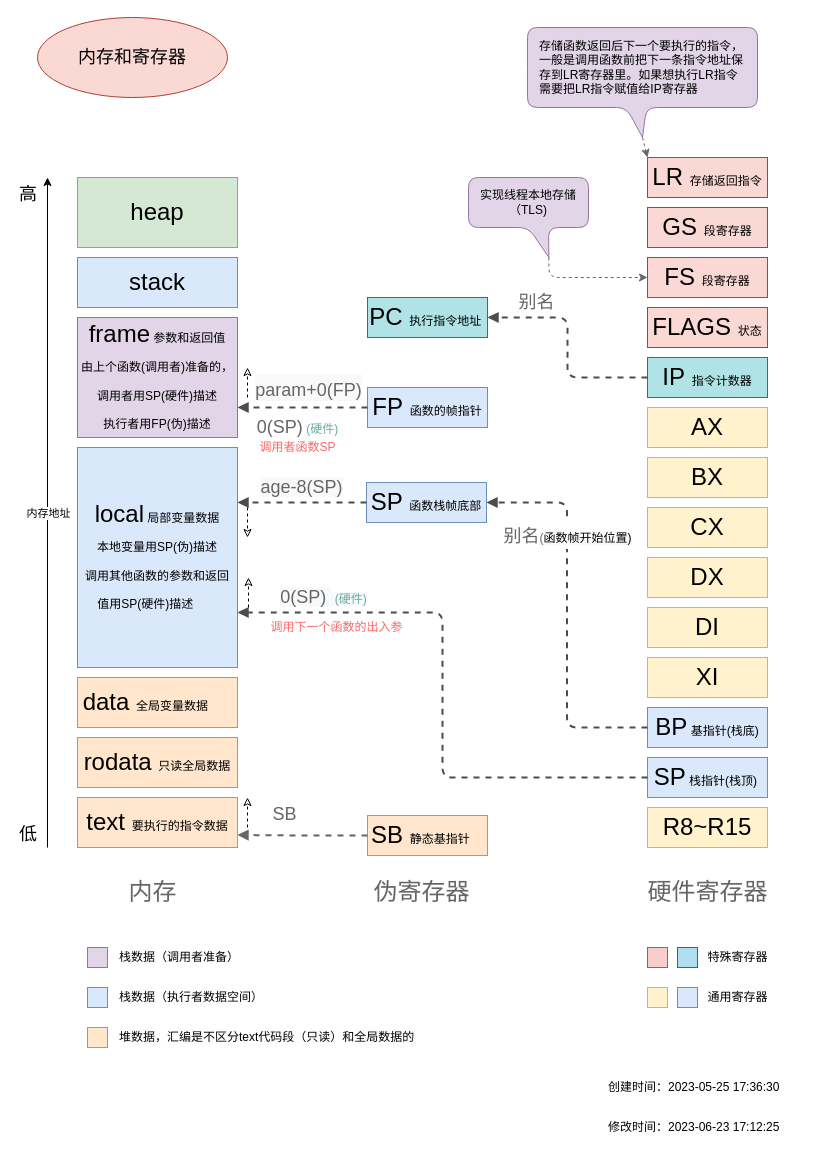
The draw.io diagram 运行原理图解源文件/Golang内存和寄存器.drawio in fire1220/annotation-go1.16.14, before the edit. Source tidied: cells renumbered, new cells numbered last; positions are measured from the earlier drawing's top-left corner, leaving out a move shared by most shapes. Both pictures are drawn from the tidied source at 100%, with x=0, y=0 at pixel (37, 17).
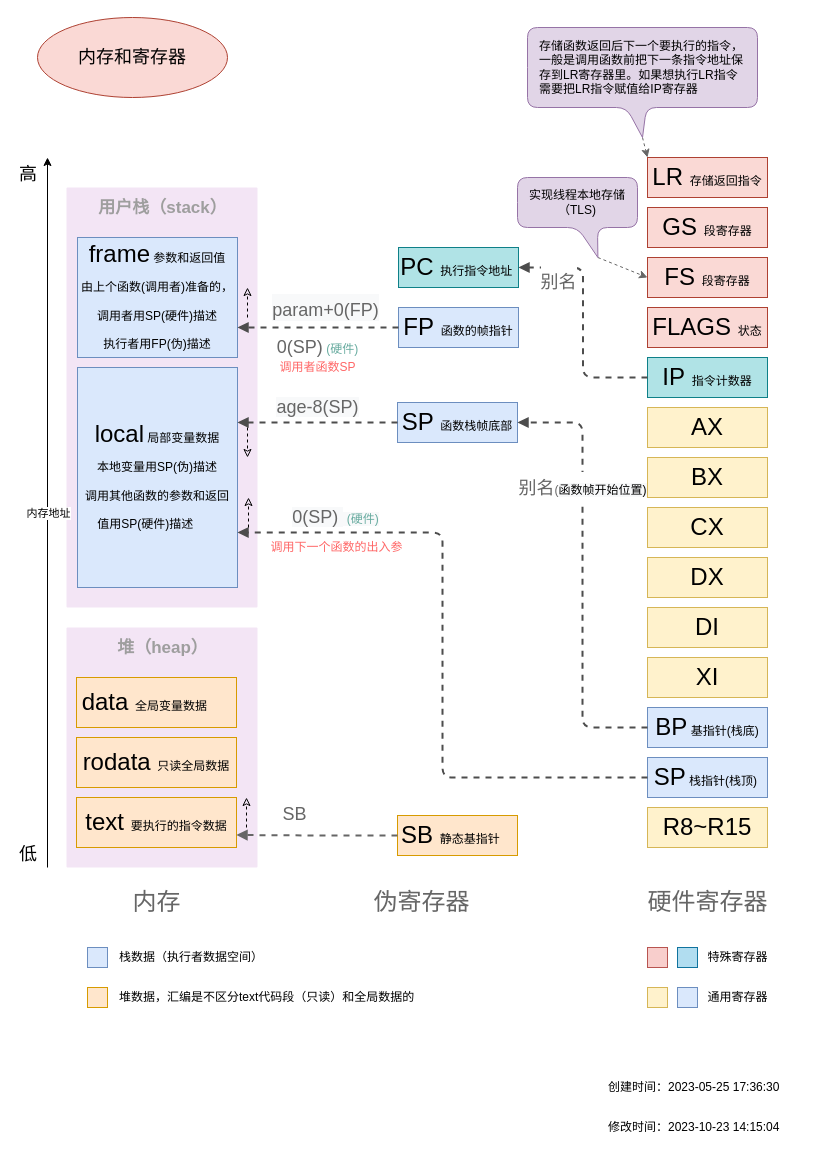
After the change.

Commit message (it also covers changes not shown here):
内存和寄存器图

The change refers to these unchanged cells:
```xml
<mxCell id="5" value="IP&amp;nbsp;&lt;font style=&quot;font-size: 12px&quot;&gt;指令计数器&lt;/font&gt;" style="whiteSpace=wrap;html=1;fontSize=24;fillColor=#b0e3e6;strokeColor=#0e8088;" parent="1" vertex="1">
  <mxGeometry x="610" y="340" width="120" height="40" as="geometry" />
</mxCell>
<mxCell id="55" value="FS&amp;nbsp;&lt;font style=&quot;font-size: 12px&quot;&gt;段寄存器&lt;/font&gt;" style="whiteSpace=wrap;html=1;fontSize=24;fillColor=#fad9d5;strokeColor=#ae4132;" parent="1" vertex="1">
  <mxGeometry x="610" y="240" width="120" height="40" as="geometry" />
</mxCell>
```

What changed in the source:
```diff
@@
+    <mxCell id="66" value="堆（heap）" style="rounded=1;absoluteArcSize=1;arcSize=2;html=1;strokeColor=none;gradientColor=none;shadow=0;dashed=0;fontSize=17;fontColor=#9E9E9E;align=center;verticalAlign=top;spacing=10;spacingTop=-4;fillColor=#F3E5F5;fontStyle=1;" parent="1" vertex="1">
+      <mxGeometry x="29" y="610" width="191" height="240" as="geometry" />
+    </mxCell>
+    <mxCell id="67" value="&lt;font style=&quot;font-size: 17px&quot;&gt;&lt;b&gt;用户栈（stack）&lt;/b&gt;&lt;/font&gt;" style="rounded=1;absoluteArcSize=1;arcSize=2;html=1;strokeColor=none;gradientColor=none;shadow=0;dashed=0;fontSize=12;fontColor=#9E9E9E;align=center;verticalAlign=top;spacing=10;spacingTop=-4;fillColor=#F3E5F5;" parent="1" vertex="1">
+      <mxGeometry x="29" y="170" width="191" height="420" as="geometry" />
+    </mxCell>
     <mxCell id="2" value="内存" style="text;html=1;align=center;verticalAlign=middle;strokeColor=none;fontColor=#666;fontSize=24;" parent="1" vertex="1">
-      <mxGeometry x="85" y="860" width="60" height="30" as="geometry" />
+      <mxGeometry x="89" y="870" width="60" height="30" as="geometry" />
     </mxCell>
@@
-    <mxCell id="12" value="heap" style="whiteSpace=wrap;html=1;fontSize=24;fillColor=#d5e8d4;strokeColor=#82b366;" parent="1" vertex="1">
-      <mxGeometry x="40" y="160" width="160" height="70" as="geometry" />
-    </mxCell>
-    <mxCell id="13" value="stack" style="whiteSpace=wrap;html=1;fontSize=24;fillColor=#dae8fc;strokeColor=#6c8ebf;" parent="1" vertex="1">
-      <mxGeometry x="40" y="240" width="160" height="50" as="geometry" />
-    </mxCell>
-    <mxCell id="14" value="frame&lt;font style=&quot;font-size: 12px&quot;&gt; 参数和返回值&lt;br&gt;由上个函数(调用者)准备的，&lt;br&gt;调用者用SP(硬件)描述&lt;br&gt;执行者用FP(伪)描述&lt;/font&gt;" style="whiteSpace=wrap;html=1;fontSize=24;fillColor=#e1d5e7;strokeColor=#9673a6;" parent="1" vertex="1">
-      <mxGeometry x="40" y="300" width="160" height="120" as="geometry" />
+    <mxCell id="14" value="frame&lt;font style=&quot;font-size: 12px&quot;&gt; 参数和返回值&lt;br&gt;由上个函数(调用者)准备的，&lt;br&gt;调用者用SP(硬件)描述&lt;br&gt;执行者用FP(伪)描述&lt;/font&gt;" style="whiteSpace=wrap;html=1;fontSize=24;fillColor=#dae8fc;strokeColor=#6c8ebf;" parent="1" vertex="1">
+      <mxGeometry x="40" y="220" width="160" height="120" as="geometry" />
     </mxCell>
     <mxCell id="15" value="local&lt;font style=&quot;font-size: 12px&quot;&gt; 局部变量数据&lt;br&gt;本地变量用SP(伪)描述&lt;br&gt;调用其他函数的参数和返回值用SP(硬件)描述&amp;nbsp; &amp;nbsp; &amp;nbsp; &amp;nbsp;&lt;/font&gt;" style="whiteSpace=wrap;html=1;fontSize=24;fillColor=#dae8fc;strokeColor=#6c8ebf;spacingLeft=5;spacingRight=5;" parent="1" vertex="1">
-      <mxGeometry x="40" y="430" width="160" height="220" as="geometry" />
+      <mxGeometry x="40" y="350" width="160" height="220" as="geometry" />
     </mxCell>
     <mxCell id="16" value="data&amp;nbsp;&lt;span style=&quot;font-size: 12px&quot;&gt;全局变量数据&amp;nbsp; &amp;nbsp; &amp;nbsp; &amp;nbsp;&lt;/span&gt;" style="whiteSpace=wrap;html=1;fontSize=24;fillColor=#ffe6cc;strokeColor=#d79b00;" parent="1" vertex="1">
-      <mxGeometry x="40" y="660" width="160" height="50" as="geometry" />
+      <mxGeometry x="39" y="660" width="160" height="50" as="geometry" />
     </mxCell>
     <mxCell id="17" value="rodata &lt;font style=&quot;font-size: 12px&quot;&gt;只读全局数据&lt;/font&gt;" style="whiteSpace=wrap;html=1;fontSize=24;fillColor=#ffe6cc;strokeColor=#d79b00;" parent="1" vertex="1">
-      <mxGeometry x="40" y="720" width="160" height="50" as="geometry" />
+      <mxGeometry x="39" y="720" width="160" height="50" as="geometry" />
     </mxCell>
     <mxCell id="18" value="text&amp;nbsp;&lt;font style=&quot;font-size: 12px&quot;&gt;要执行的指令数据&lt;/font&gt;" style="whiteSpace=wrap;html=1;fontSize=24;fillColor=#ffe6cc;strokeColor=#d79b00;" parent="1" vertex="1">
-      <mxGeometry x="40" y="780" width="160" height="50" as="geometry" />
+      <mxGeometry x="39" y="780" width="160" height="50" as="geometry" />
     </mxCell>
     <mxCell id="19" value="硬件寄存器" style="text;html=1;align=center;verticalAlign=middle;strokeColor=none;fontSize=24;fontColor=#666;" parent="1" vertex="1">
-      <mxGeometry x="600" y="860" width="140" height="30" as="geometry" />
+      <mxGeometry x="600" y="870" width="140" height="30" as="geometry" />
     </mxCell>
     <mxCell id="20" value="PC&amp;nbsp;&lt;font style=&quot;font-size: 12px&quot;&gt;执行指令地址&amp;nbsp;&lt;/font&gt;" style="whiteSpace=wrap;html=1;fontSize=24;fillColor=#b0e3e6;strokeColor=#0e8088;align=center;" parent="1" vertex="1">
-      <mxGeometry x="330" y="280" width="120" height="40" as="geometry" />
+      <mxGeometry x="361" y="230" width="120" height="40" as="geometry" />
     </mxCell>
     <mxCell id="21" value="FP&amp;nbsp;&lt;font style=&quot;font-size: 12px&quot;&gt;函数的帧指针&lt;/font&gt;" style="whiteSpace=wrap;html=1;fontSize=24;fillColor=#dae8fc;strokeColor=#6c8ebf;" parent="1" vertex="1">
-      <mxGeometry x="330" y="370" width="120" height="40" as="geometry" />
+      <mxGeometry x="361" y="290" width="120" height="40" as="geometry" />
     </mxCell>
     <mxCell id="22" value="SP&amp;nbsp;&lt;font style=&quot;font-size: 12px&quot;&gt;函数栈帧底部&lt;/font&gt;" style="whiteSpace=wrap;html=1;fontSize=24;fillColor=#dae8fc;strokeColor=#6c8ebf;" parent="1" vertex="1">
-      <mxGeometry x="329" y="465" width="120" height="40" as="geometry" />
+      <mxGeometry x="360" y="385" width="120" height="40" as="geometry" />
     </mxCell>
     <mxCell id="23" value="SB &lt;font style=&quot;font-size: 12px&quot;&gt;静态基指针&amp;nbsp; &amp;nbsp;&amp;nbsp;&lt;/font&gt;" style="whiteSpace=wrap;html=1;fontSize=24;fillColor=#ffe6cc;strokeColor=#d79b00;" parent="1" vertex="1">
-      <mxGeometry x="330" y="798" width="120" height="40" as="geometry" />
+      <mxGeometry x="360" y="798" width="120" height="40" as="geometry" />
     </mxCell>
     <mxCell id="24" value="伪寄存器" style="text;html=1;align=center;verticalAlign=middle;strokeColor=none;fontSize=24;fontColor=#666;" parent="1" vertex="1">
-      <mxGeometry x="329" y="860" width="110" height="30" as="geometry" />
+      <mxGeometry x="329" y="870" width="110" height="30" as="geometry" />
     </mxCell>
@@
     <mxCell id="28" value="&lt;span style=&quot;font-size: 18px&quot;&gt;别名&lt;/span&gt;" style="html=1;verticalAlign=bottom;endArrow=block;shadow=0;edgeStyle=orthogonalEdgeStyle;dashed=1;fontSize=24;fontColor=#666;strokeColor=#4D4D4D;strokeWidth=2;exitX=0;exitY=0.5;exitDx=0;exitDy=0;entryX=1;entryY=0.5;entryDx=0;entryDy=0;" parent="1" edge="1" source="5" target="20">
-      <mxGeometry x="0.55" relative="1" as="geometry" />
+      <mxGeometry x="0.21" y="26" relative="1" as="geometry">
+        <mxPoint x="1" as="offset" />
+      </mxGeometry>
     </mxCell>
@@
     <mxCell id="30" style="endArrow=classic;html=1;" parent="1" edge="1">
       <mxGeometry relative="1" as="geometry">
-        <mxPoint x="10" y="830" as="sourcePoint" />
-        <mxPoint x="10" y="160" as="targetPoint" />
+        <mxPoint x="10" y="850" as="sourcePoint" />
+        <mxPoint x="10" y="140" as="targetPoint" />
       </mxGeometry>
     </mxCell>
@@
     <mxCell id="34" style="whiteSpace=wrap;html=1;fillColor=#dae8fc;strokeColor=#6c8ebf;" parent="1" vertex="1">
-      <mxGeometry x="50" y="970" width="20" height="20" as="geometry" />
+      <mxGeometry x="50" y="930" width="20" height="20" as="geometry" />
     </mxCell>
     <mxCell id="35" value="栈数据（执行者数据空间）" style="text;html=1;align=left;verticalAlign=middle;strokeColor=none;" parent="1" vertex="1">
-      <mxGeometry x="80" y="970" width="160" height="20" as="geometry" />
+      <mxGeometry x="80" y="930" width="160" height="20" as="geometry" />
     </mxCell>
     <mxCell id="36" style="whiteSpace=wrap;html=1;fillColor=#ffe6cc;strokeColor=#d79b00;" parent="1" vertex="1">
-      <mxGeometry x="50" y="1010" width="20" height="20" as="geometry" />
+      <mxGeometry x="50" y="970" width="20" height="20" as="geometry" />
     </mxCell>
     <mxCell id="37" value="堆数据，汇编是不区分text代码段（只读）和全局数据的" style="text;html=1;align=left;verticalAlign=middle;strokeColor=none;" parent="1" vertex="1">
-      <mxGeometry x="80" y="1010" width="310" height="20" as="geometry" />
+      <mxGeometry x="80" y="970" width="310" height="20" as="geometry" />
     </mxCell>
@@
     <mxCell id="40" style="endArrow=classic;html=1;dashed=1;endFill=0;" parent="1" edge="1">
       <mxGeometry relative="1" as="geometry">
-        <mxPoint x="210" y="380" as="sourcePoint" />
-        <mxPoint x="210" y="350" as="targetPoint" />
+        <mxPoint x="210" y="300" as="sourcePoint" />
+        <mxPoint x="210" y="270" as="targetPoint" />
       </mxGeometry>
     </mxCell>
     <mxCell id="41" style="endArrow=classic;html=1;dashed=1;endFill=0;" parent="1" edge="1">
       <mxGeometry relative="1" as="geometry">
-        <mxPoint x="210" y="490" as="sourcePoint" />
-        <mxPoint x="210" y="520" as="targetPoint" />
+        <mxPoint x="210" y="410" as="sourcePoint" />
+        <mxPoint x="210" y="440" as="targetPoint" />
       </mxGeometry>
     </mxCell>
     <mxCell id="42" style="endArrow=classic;html=1;dashed=1;endFill=0;" parent="1" edge="1">
       <mxGeometry relative="1" as="geometry">
-        <mxPoint x="211" y="590" as="sourcePoint" />
-        <mxPoint x="211" y="560" as="targetPoint" />
+        <mxPoint x="211" y="510" as="sourcePoint" />
+        <mxPoint x="211" y="480" as="targetPoint" />
       </mxGeometry>
     </mxCell>
     <mxCell id="43" style="endArrow=classic;html=1;dashed=1;endFill=0;" parent="1" edge="1">
       <mxGeometry relative="1" as="geometry">
-        <mxPoint x="210" y="810" as="sourcePoint" />
-        <mxPoint x="210" y="780" as="targetPoint" />
+        <mxPoint x="209" y="810" as="sourcePoint" />
+        <mxPoint x="209" y="780" as="targetPoint" />
       </mxGeometry>
     </mxCell>
@@
-    <mxCell id="50" value="修改时间：2023-06-23 17:12:25" style="text;html=1;align=left;verticalAlign=middle;strokeColor=none;" parent="1" vertex="1">
+    <mxCell id="50" value="修改时间：2023-10-23 14:15:04" style="text;html=1;align=left;verticalAlign=middle;strokeColor=none;" parent="1" vertex="1">
       <mxGeometry x="569" y="1100" width="190" height="20" as="geometry" />
     </mxCell>
@@
-    <mxCell id="56" style="edgeStyle=orthogonalEdgeStyle;rounded=1;jettySize=auto;html=1;entryX=0;entryY=0.5;entryDx=0;entryDy=0;strokeColor=#666666;dashed=1;exitX=0;exitY=0;exitDx=80.4;exitDy=80;exitPerimeter=0;" parent="1" edge="1" source="57" target="55">
+    <mxCell id="56" style="rounded=1;jettySize=auto;html=1;entryX=0;entryY=0.5;entryDx=0;entryDy=0;strokeColor=#666666;dashed=1;exitX=0;exitY=0;exitDx=80.4;exitDy=80;exitPerimeter=0;" parent="1" edge="1" source="57" target="55">
       <mxGeometry relative="1" as="geometry" />
     </mxCell>
     <mxCell id="57" value="实现线程本地存储 （TLS)" style="shape=callout;rounded=1;whiteSpace=wrap;html=1;perimeter=calloutPerimeter;position2=0.67;fillColor=#e1d5e7;strokeColor=#9673a6;" parent="1" vertex="1">
-      <mxGeometry x="431" y="160" width="120" height="80" as="geometry" />
+      <mxGeometry x="480" y="160" width="120" height="80" as="geometry" />
     </mxCell>
-    <mxCell id="58" style="whiteSpace=wrap;html=1;fillColor=#e1d5e7;strokeColor=#9673a6;" parent="1" vertex="1">
-      <mxGeometry x="50" y="930" width="20" height="20" as="geometry" />
-    </mxCell>
-    <mxCell id="59" value="栈数据（调用者准备）" style="text;html=1;align=left;verticalAlign=middle;strokeColor=none;" parent="1" vertex="1">
-      <mxGeometry x="80" y="930" width="140" height="20" as="geometry" />
-    </mxCell>
-    <mxCell id="60" value="&lt;font style=&quot;font-size: 18px&quot; color=&quot;#666666&quot;&gt;0(SP)&lt;/font&gt;&lt;font style=&quot;font-size: 12px&quot;&gt;&lt;font color=&quot;#67ab9f&quot;&gt; (硬件)&lt;/font&gt;&lt;br&gt;&lt;/font&gt;" style="text;html=1;align=center;verticalAlign=middle;strokeColor=none;" parent="1" vertex="1">
-      <mxGeometry x="210" y="400" width="100" height="20" as="geometry" />
-    </mxCell>
@@
     <mxCell id="64" value="&lt;span&gt;&lt;font color=&quot;#ff6666&quot;&gt;调用下一个函数的出入参&lt;/font&gt;&lt;/span&gt;" style="text;html=1;align=center;verticalAlign=middle;strokeColor=none;" parent="1" vertex="1">
-      <mxGeometry x="224" y="600" width="150" height="20" as="geometry" />
+      <mxGeometry x="224" y="520" width="150" height="20" as="geometry" />
     </mxCell>
+    <mxCell id="68" style="group;" parent="1" vertex="1">
+      <mxGeometry x="230" y="320" width="100" height="40" as="geometry" />
+    </mxCell>
+    <mxCell id="60" value="&lt;font style=&quot;font-size: 18px&quot; color=&quot;#666666&quot;&gt;0(SP)&lt;/font&gt;&lt;font style=&quot;font-size: 12px&quot;&gt;&lt;font color=&quot;#67ab9f&quot;&gt; (硬件)&lt;/font&gt;&lt;br&gt;&lt;/font&gt;" style="text;html=1;align=center;verticalAlign=middle;strokeColor=none;" parent="68" vertex="1">
+      <mxGeometry width="100" height="20" as="geometry" />
+    </mxCell>
-    <mxCell id="65" value="&lt;span style=&quot;color: rgb(255 , 102 , 102)&quot;&gt;调用者函数SP&lt;/span&gt;" style="text;html=1;align=center;verticalAlign=middle;strokeColor=none;" parent="1" vertex="1">
-      <mxGeometry x="215" y="420" width="90" height="20" as="geometry" />
+    <mxCell id="65" value="&lt;span style=&quot;color: rgb(255 , 102 , 102)&quot;&gt;调用者函数SP&lt;/span&gt;" style="text;html=1;align=center;verticalAlign=middle;strokeColor=none;" parent="68" vertex="1">
+      <mxGeometry x="5" y="20" width="90" height="20" as="geometry" />
     </mxCell>
```
